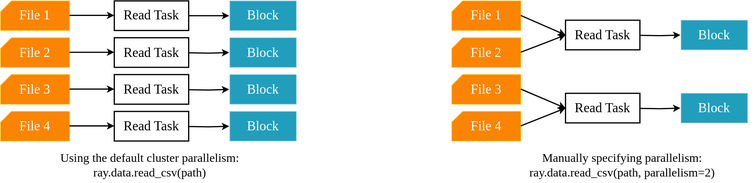
The draw.io diagram img/ch-ray-data/dataset-read.svg in godaai/scale-py-zh, before a commit. Source tidied: cells renumbered, new cells last; positions are measured from the earlier drawing's top-left corner, leaving out a move shared by most shapes. The source it was exported from:
```xml
<mxGraphModel>
  <root>
    <mxCell id="0" />
    <mxCell id="1" parent="0" />
    <mxCell id="2" value="&lt;font color=&quot;#ffffff&quot; style=&quot;font-size: 22px;&quot; face=&quot;Times New Roman&quot;&gt;File 1&lt;/font&gt;" style="shape=card;whiteSpace=wrap;html=1;size=18;fillColor=#FB8402;strokeColor=#FFB703;fontSize=22;" parent="1" vertex="1">
      <mxGeometry width="114" height="49" as="geometry" />
    </mxCell>
    <mxCell id="3" value="&lt;font color=&quot;#ffffff&quot; style=&quot;font-size: 22px;&quot; face=&quot;Times New Roman&quot;&gt;File 2&lt;/font&gt;" style="shape=card;whiteSpace=wrap;html=1;size=18;fillColor=#FB8402;strokeColor=#FFB703;fontSize=22;" parent="1" vertex="1">
      <mxGeometry y="61" width="114" height="49" as="geometry" />
    </mxCell>
    <mxCell id="4" value="&lt;font color=&quot;#ffffff&quot; style=&quot;font-size: 22px;&quot; face=&quot;Times New Roman&quot;&gt;File 3&lt;/font&gt;" style="shape=card;whiteSpace=wrap;html=1;size=18;fillColor=#FB8402;strokeColor=#FFB703;fontSize=22;" parent="1" vertex="1">
      <mxGeometry y="122" width="114" height="49" as="geometry" />
    </mxCell>
    <mxCell id="5" value="&lt;font color=&quot;#ffffff&quot; style=&quot;font-size: 22px;&quot; face=&quot;Times New Roman&quot;&gt;File 4&lt;/font&gt;" style="shape=card;whiteSpace=wrap;html=1;size=18;fillColor=#FB8402;strokeColor=#FFB703;fontSize=22;" parent="1" vertex="1">
      <mxGeometry y="183" width="114" height="49" as="geometry" />
    </mxCell>
    <mxCell id="6" style="endArrow=classic;html=1;rounded=0;strokeWidth=2;fontSize=22;" parent="1" edge="1">
      <mxGeometry relative="1" as="geometry">
        <mxPoint x="114" y="24" as="sourcePoint" />
        <mxPoint x="188" y="24" as="targetPoint" />
      </mxGeometry>
    </mxCell>
    <mxCell id="7" style="endArrow=classic;html=1;rounded=0;strokeWidth=2;fontSize=22;" parent="1" edge="1">
      <mxGeometry relative="1" as="geometry">
        <mxPoint x="114" y="85" as="sourcePoint" />
        <mxPoint x="188" y="85" as="targetPoint" />
      </mxGeometry>
    </mxCell>
    <mxCell id="8" style="endArrow=classic;html=1;rounded=0;strokeWidth=2;fontSize=22;" parent="1" edge="1">
      <mxGeometry relative="1" as="geometry">
        <mxPoint x="114" y="146" as="sourcePoint" />
        <mxPoint x="188" y="146" as="targetPoint" />
      </mxGeometry>
    </mxCell>
    <mxCell id="9" style="endArrow=classic;html=1;rounded=0;strokeWidth=2;fontSize=22;" parent="1" edge="1">
      <mxGeometry relative="1" as="geometry">
        <mxPoint x="114" y="207" as="sourcePoint" />
        <mxPoint x="188" y="207" as="targetPoint" />
      </mxGeometry>
    </mxCell>
    <mxCell id="10" style="edgeStyle=orthogonalEdgeStyle;rounded=0;jettySize=auto;html=1;strokeWidth=2;fontSize=22;" parent="1" edge="1" source="11">
      <mxGeometry relative="1" as="geometry">
        <mxPoint x="378" y="24.5" as="targetPoint" />
      </mxGeometry>
    </mxCell>
    <mxCell id="11" value="&lt;font style=&quot;font-size: 22px;&quot; face=&quot;Times New Roman&quot;&gt;Read Task&lt;/font&gt;" style="rounded=0;whiteSpace=wrap;html=1;strokeWidth=2;fontSize=22;" parent="1" vertex="1">
      <mxGeometry x="188" width="123" height="49" as="geometry" />
    </mxCell>
    <mxCell id="12" value="&lt;font style=&quot;font-size: 22px;&quot; face=&quot;Times New Roman&quot;&gt;Read Task&lt;/font&gt;" style="rounded=0;whiteSpace=wrap;html=1;strokeWidth=2;fontSize=22;" parent="1" vertex="1">
      <mxGeometry x="188" y="61" width="123" height="49" as="geometry" />
    </mxCell>
    <mxCell id="13" value="&lt;font style=&quot;font-size: 22px;&quot; face=&quot;Times New Roman&quot;&gt;Read Task&lt;/font&gt;" style="rounded=0;whiteSpace=wrap;html=1;strokeWidth=2;fontSize=22;" parent="1" vertex="1">
      <mxGeometry x="188" y="122" width="123" height="49" as="geometry" />
    </mxCell>
    <mxCell id="14" value="&lt;font style=&quot;font-size: 22px;&quot; face=&quot;Times New Roman&quot;&gt;Read Task&lt;/font&gt;" style="rounded=0;whiteSpace=wrap;html=1;strokeWidth=2;fontSize=22;" parent="1" vertex="1">
      <mxGeometry x="188" y="183" width="123" height="49" as="geometry" />
    </mxCell>
    <mxCell id="15" value="&lt;font style=&quot;font-size: 22px;&quot; face=&quot;Times New Roman&quot; color=&quot;#ffffff&quot;&gt;Block&lt;/font&gt;" style="rounded=0;whiteSpace=wrap;html=1;fillColor=#219EBC;strokeColor=#90C9E6;fontSize=22;" parent="1" vertex="1">
      <mxGeometry x="379" width="110" height="49" as="geometry" />
    </mxCell>
    <mxCell id="16" style="edgeStyle=orthogonalEdgeStyle;rounded=0;orthogonalLoop=1;jettySize=auto;html=1;strokeWidth=2;fontSize=22;" parent="1" edge="1">
      <mxGeometry relative="1" as="geometry">
        <mxPoint x="311" y="86" as="sourcePoint" />
        <mxPoint x="378" y="85.5" as="targetPoint" />
      </mxGeometry>
    </mxCell>
    <mxCell id="17" value="&lt;font style=&quot;font-size: 22px;&quot; face=&quot;Times New Roman&quot; color=&quot;#ffffff&quot;&gt;Block&lt;/font&gt;" style="rounded=0;whiteSpace=wrap;html=1;fillColor=#219EBC;strokeColor=#90C9E6;fontSize=22;" parent="1" vertex="1">
      <mxGeometry x="379" y="61" width="110" height="49" as="geometry" />
    </mxCell>
    <mxCell id="18" style="edgeStyle=orthogonalEdgeStyle;rounded=0;orthogonalLoop=1;jettySize=auto;html=1;strokeWidth=2;fontSize=22;" parent="1" edge="1">
      <mxGeometry relative="1" as="geometry">
        <mxPoint x="311" y="147" as="sourcePoint" />
        <mxPoint x="378" y="146.5" as="targetPoint" />
      </mxGeometry>
    </mxCell>
    <mxCell id="19" value="&lt;font style=&quot;font-size: 22px;&quot; face=&quot;Times New Roman&quot; color=&quot;#ffffff&quot;&gt;Block&lt;/font&gt;" style="rounded=0;whiteSpace=wrap;html=1;fillColor=#219EBC;strokeColor=#90C9E6;fontSize=22;" parent="1" vertex="1">
      <mxGeometry x="379" y="122" width="110" height="49" as="geometry" />
    </mxCell>
    <mxCell id="20" style="edgeStyle=orthogonalEdgeStyle;rounded=0;orthogonalLoop=1;jettySize=auto;html=1;strokeWidth=2;fontSize=22;" parent="1" edge="1">
      <mxGeometry relative="1" as="geometry">
        <mxPoint x="311" y="208" as="sourcePoint" />
        <mxPoint x="378" y="207.5" as="targetPoint" />
      </mxGeometry>
    </mxCell>
    <mxCell id="21" value="&lt;font style=&quot;font-size: 22px;&quot; face=&quot;Times New Roman&quot; color=&quot;#ffffff&quot;&gt;Block&lt;/font&gt;" style="rounded=0;whiteSpace=wrap;html=1;fillColor=#219EBC;strokeColor=#90C9E6;fontSize=22;" parent="1" vertex="1">
      <mxGeometry x="379" y="183" width="110" height="49" as="geometry" />
    </mxCell>
    <mxCell id="22" value="&lt;font color=&quot;#ffffff&quot; style=&quot;font-size: 22px;&quot; face=&quot;Times New Roman&quot;&gt;File 1&lt;/font&gt;" style="shape=card;whiteSpace=wrap;html=1;size=18;fillColor=#FB8402;strokeColor=#FFB703;fontSize=22;" parent="1" vertex="1">
      <mxGeometry x="746" width="114" height="49" as="geometry" />
    </mxCell>
    <mxCell id="23" value="&lt;font color=&quot;#ffffff&quot; style=&quot;font-size: 22px;&quot; face=&quot;Times New Roman&quot;&gt;File 2&lt;/font&gt;" style="shape=card;whiteSpace=wrap;html=1;size=18;fillColor=#FB8402;strokeColor=#FFB703;fontSize=22;" parent="1" vertex="1">
      <mxGeometry x="746" y="61" width="114" height="49" as="geometry" />
    </mxCell>
    <mxCell id="24" value="&lt;font color=&quot;#ffffff&quot; style=&quot;font-size: 22px;&quot; face=&quot;Times New Roman&quot;&gt;File 3&lt;/font&gt;" style="shape=card;whiteSpace=wrap;html=1;size=18;fillColor=#FB8402;strokeColor=#FFB703;fontSize=22;" parent="1" vertex="1">
      <mxGeometry x="746" y="122" width="114" height="49" as="geometry" />
    </mxCell>
    <mxCell id="25" value="&lt;font color=&quot;#ffffff&quot; style=&quot;font-size: 22px;&quot; face=&quot;Times New Roman&quot;&gt;File 4&lt;/font&gt;" style="shape=card;whiteSpace=wrap;html=1;size=18;fillColor=#FB8402;strokeColor=#FFB703;fontSize=22;" parent="1" vertex="1">
      <mxGeometry x="746" y="183" width="114" height="49" as="geometry" />
    </mxCell>
    <mxCell id="26" style="endArrow=classic;html=1;rounded=0;strokeWidth=2;entryX=0;entryY=0.5;entryDx=0;entryDy=0;fontSize=22;" parent="1" edge="1" target="30">
      <mxGeometry relative="1" as="geometry">
        <mxPoint x="860" y="24" as="sourcePoint" />
      </mxGeometry>
    </mxCell>
    <mxCell id="27" style="endArrow=classic;html=1;rounded=0;strokeWidth=2;entryX=0;entryY=0.5;entryDx=0;entryDy=0;fontSize=22;" parent="1" edge="1" target="30">
      <mxGeometry relative="1" as="geometry">
        <mxPoint x="860" y="85" as="sourcePoint" />
      </mxGeometry>
    </mxCell>
    <mxCell id="28" style="endArrow=classic;html=1;rounded=0;strokeWidth=2;entryX=0;entryY=0.5;entryDx=0;entryDy=0;fontSize=22;" parent="1" edge="1" target="31">
      <mxGeometry relative="1" as="geometry">
        <mxPoint x="860" y="146" as="sourcePoint" />
      </mxGeometry>
    </mxCell>
    <mxCell id="29" style="endArrow=classic;html=1;rounded=0;strokeWidth=2;entryX=0;entryY=0.5;entryDx=0;entryDy=0;fontSize=22;" parent="1" edge="1" target="31">
      <mxGeometry relative="1" as="geometry">
        <mxPoint x="860" y="207" as="sourcePoint" />
      </mxGeometry>
    </mxCell>
    <mxCell id="30" value="&lt;font style=&quot;font-size: 22px;&quot; face=&quot;Times New Roman&quot;&gt;Read Task&lt;/font&gt;" style="rounded=0;whiteSpace=wrap;html=1;strokeWidth=2;fontSize=22;" parent="1" vertex="1">
      <mxGeometry x="934" y="32" width="123" height="49" as="geometry" />
    </mxCell>
    <mxCell id="31" value="&lt;font style=&quot;font-size: 22px;&quot; face=&quot;Times New Roman&quot;&gt;Read Task&lt;/font&gt;" style="rounded=0;whiteSpace=wrap;html=1;strokeWidth=2;fontSize=22;" parent="1" vertex="1">
      <mxGeometry x="934" y="153" width="123" height="49" as="geometry" />
    </mxCell>
    <mxCell id="32" style="edgeStyle=orthogonalEdgeStyle;rounded=0;orthogonalLoop=1;jettySize=auto;html=1;strokeWidth=2;fontSize=22;" parent="1" edge="1">
      <mxGeometry relative="1" as="geometry">
        <mxPoint x="1057" y="57" as="sourcePoint" />
        <mxPoint x="1124" y="56.5" as="targetPoint" />
      </mxGeometry>
    </mxCell>
    <mxCell id="33" value="&lt;font style=&quot;font-size: 22px;&quot; face=&quot;Times New Roman&quot; color=&quot;#ffffff&quot;&gt;Block&lt;/font&gt;" style="rounded=0;whiteSpace=wrap;html=1;fillColor=#219EBC;strokeColor=#90C9E6;fontSize=22;" parent="1" vertex="1">
      <mxGeometry x="1125" y="32" width="110" height="49" as="geometry" />
    </mxCell>
    <mxCell id="34" style="edgeStyle=orthogonalEdgeStyle;rounded=0;orthogonalLoop=1;jettySize=auto;html=1;strokeWidth=2;fontSize=22;" parent="1" edge="1">
      <mxGeometry relative="1" as="geometry">
        <mxPoint x="1057" y="178" as="sourcePoint" />
        <mxPoint x="1124" y="177.5" as="targetPoint" />
      </mxGeometry>
    </mxCell>
    <mxCell id="35" value="&lt;font style=&quot;font-size: 22px;&quot; face=&quot;Times New Roman&quot; color=&quot;#ffffff&quot;&gt;Block&lt;/font&gt;" style="rounded=0;whiteSpace=wrap;html=1;fillColor=#219EBC;strokeColor=#90C9E6;fontSize=22;" parent="1" vertex="1">
      <mxGeometry x="1125" y="153" width="110" height="49" as="geometry" />
    </mxCell>
    <mxCell id="36" value="&lt;div style=&quot;font-size: 20px;&quot;&gt;&lt;font face=&quot;Times New Roman&quot; style=&quot;font-size: 20px;&quot;&gt;Using the default cluster parallelism:&lt;/font&gt;&lt;/div&gt;&lt;div style=&quot;font-size: 20px;&quot;&gt;&lt;font face=&quot;Comic Sans MS&quot; style=&quot;font-size: 20px;&quot;&gt;ray.data.read_csv(path)&lt;/font&gt;&lt;/div&gt;" style="text;html=1;strokeColor=none;fillColor=none;align=center;verticalAlign=middle;whiteSpace=wrap;rounded=0;" parent="1" vertex="1">
      <mxGeometry x="27" y="240" width="440" height="62" as="geometry" />
    </mxCell>
    <mxCell id="37" value="&lt;div style=&quot;font-size: 20px;&quot;&gt;&lt;div&gt;&lt;font face=&quot;Times New Roman&quot;&gt;Manually specifying parallelism:&lt;/font&gt;&lt;/div&gt;&lt;div&gt;&lt;font face=&quot;Comic Sans MS&quot;&gt;ray.data.read_csv(path, parallelism=2)&lt;/font&gt;&lt;/div&gt;&lt;/div&gt;" style="text;html=1;strokeColor=none;fillColor=none;align=center;verticalAlign=middle;whiteSpace=wrap;rounded=0;" parent="1" vertex="1">
      <mxGeometry x="808" y="240" width="440" height="62" as="geometry" />
    </mxCell>
  </root>
</mxGraphModel>
```
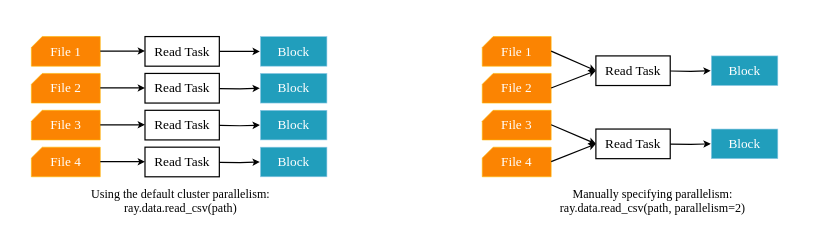
After the change.

Change to the diagram source:
```diff
@@ -2,6 +2,9 @@
   <root>
     <mxCell id="0" />
     <mxCell id="1" parent="0" />
+    <mxCell id="38" style="rounded=0;whiteSpace=wrap;html=1;strokeColor=none;fillColor=none;" parent="1" vertex="1">
+      <mxGeometry x="-49" y="-60" width="1384" height="407" as="geometry" />
+    </mxCell>
     <mxCell id="2" value="&lt;font color=&quot;#ffffff&quot; style=&quot;font-size: 22px;&quot; face=&quot;Times New Roman&quot;&gt;File 1&lt;/font&gt;" style="shape=card;whiteSpace=wrap;html=1;size=18;fillColor=#FB8402;strokeColor=#FFB703;fontSize=22;" parent="1" vertex="1">
       <mxGeometry width="114" height="49" as="geometry" />
     </mxCell>
```
